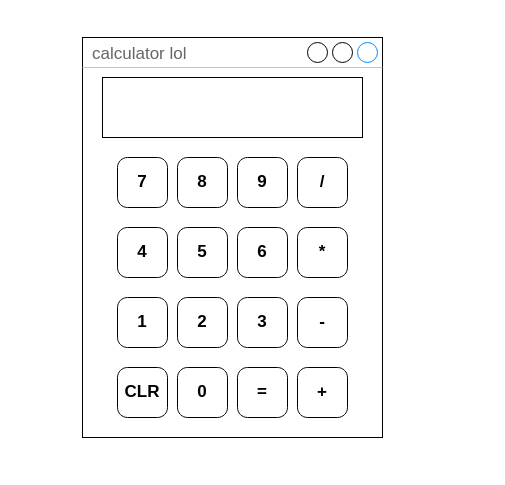
Above: calculator.drawio in MAL-13DGT-2025/tkinter-projects-Ethan121179 (draw.io), before the change. Source tidied: cells renumbered, new cells numbered last; positions are measured from the earlier drawing's top-left corner, leaving out a move shared by most shapes. Both pictures are drawn from the tidied source at 100%, with x=0, y=0 at pixel (82, 37).
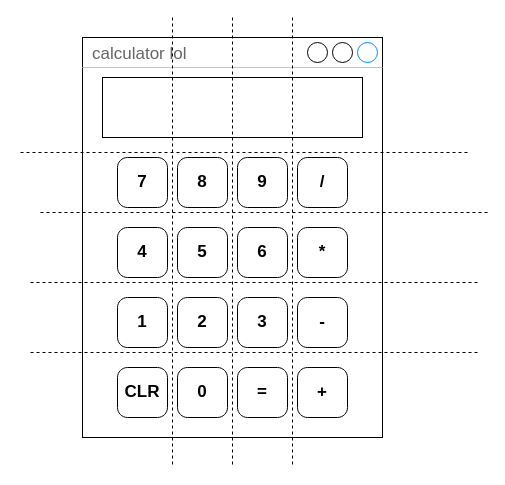
Above is the later version.

Diff of the diagram source:
```diff
@@
+    <mxCell id="20" style="line;strokeWidth=1;direction=south;html=1;perimeter=backbonePerimeter;dashed=1;" parent="1" vertex="1">
+      <mxGeometry x="85" y="-20" width="10" height="450" as="geometry" />
+    </mxCell>
+    <mxCell id="21" style="line;strokeWidth=1;direction=south;html=1;perimeter=backbonePerimeter;dashed=1;" parent="1" vertex="1">
+      <mxGeometry x="145" y="-20" width="10" height="450" as="geometry" />
+    </mxCell>
+    <mxCell id="22" style="line;strokeWidth=1;direction=south;html=1;perimeter=backbonePerimeter;dashed=1;" parent="1" vertex="1">
+      <mxGeometry x="205" y="-20" width="10" height="450" as="geometry" />
+    </mxCell>
+    <mxCell id="23" style="line;strokeWidth=1;direction=south;html=1;perimeter=backbonePerimeter;dashed=1;rotation=90;" parent="1" vertex="1">
+      <mxGeometry x="175" y="-50" width="10" height="450" as="geometry" />
+    </mxCell>
+    <mxCell id="24" style="line;strokeWidth=1;direction=south;html=1;perimeter=backbonePerimeter;dashed=1;rotation=90;" parent="1" vertex="1">
+      <mxGeometry x="165" y="20" width="10" height="450" as="geometry" />
+    </mxCell>
+    <mxCell id="25" style="line;strokeWidth=1;direction=south;html=1;perimeter=backbonePerimeter;dashed=1;rotation=90;" parent="1" vertex="1">
+      <mxGeometry x="165" y="90" width="10" height="450" as="geometry" />
+    </mxCell>
+    <mxCell id="26" style="line;strokeWidth=1;direction=south;html=1;perimeter=backbonePerimeter;dashed=1;rotation=90;" parent="1" vertex="1">
+      <mxGeometry x="155" y="-110" width="10" height="450" as="geometry" />
+    </mxCell>
```
